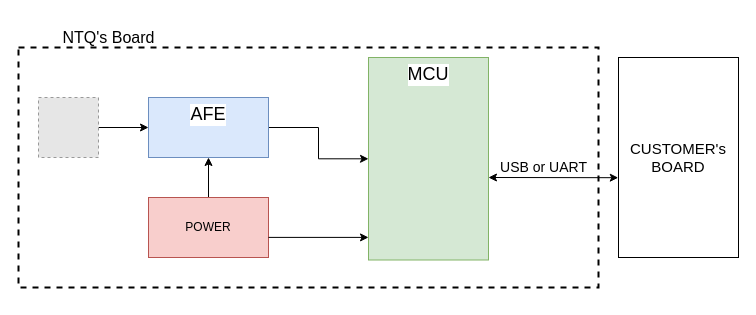
anhvanthe/01_my_drawio keeps this draw.io diagram as Speech2Text.drawio. Above is the earlier version. Source tidied: cells renumbered, new cells numbered last; positions are measured from the earlier drawing's top-left corner, leaving out a move shared by most shapes. Both pictures are drawn from the tidied source at 100%, with x=0, y=0 at pixel (18, 27). Pictures stored in the file or linked from it are replaced by grey dashed boxes.
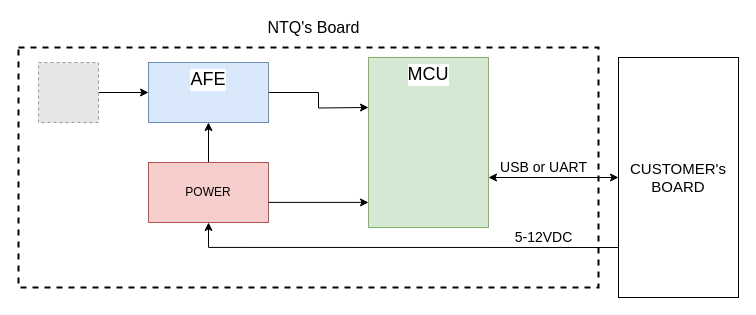
After the change.

Unchanged cells that the change refers to:
```xml
<mxCell id="2" style="rounded=0;whiteSpace=wrap;html=1;fillColor=none;strokeWidth=2;dashed=1;" parent="1" vertex="1">
  <mxGeometry y="20" width="580" height="240" as="geometry" />
</mxCell>
```

The edit, as a diff of the source:
```diff
@@
     <mxCell id="4" style="fillColor=#E6E6E6;strokeColor=#999999;dashed=1;html=1;verticalAlign=top;verticalLabelPosition=bottom;labelBackgroundColor=#ffffff;" parent="1" vertex="1">
-      <mxGeometry x="20" y="70" width="60" height="60" as="geometry" />
+      <mxGeometry x="20" y="35" width="60" height="60" as="geometry" />
     </mxCell>
-    <mxCell id="5" style="edgeStyle=orthogonalEdgeStyle;rounded=0;jettySize=auto;html=1;" parent="1" edge="1" source="6" target="7">
-      <mxGeometry relative="1" as="geometry" />
+    <mxCell id="5" style="edgeStyle=orthogonalEdgeStyle;rounded=0;jettySize=auto;html=1;" parent="1" edge="1" source="6">
+      <mxGeometry relative="1" as="geometry">
+        <mxPoint x="350" y="80" as="targetPoint" />
+      </mxGeometry>
     </mxCell>
     <mxCell id="6" value="&lt;font style=&quot;font-size: 18px&quot;&gt;AFE&lt;/font&gt;" style="whiteSpace=wrap;html=1;verticalAlign=top;labelBackgroundColor=#ffffff;align=center;fillColor=#dae8fc;strokeColor=#6c8ebf;" parent="1" vertex="1">
-      <mxGeometry x="130" y="70" width="120" height="60" as="geometry" />
+      <mxGeometry x="130" y="35" width="120" height="60" as="geometry" />
     </mxCell>
     <mxCell id="7" value="&lt;font style=&quot;font-size: 18px&quot;&gt;MCU&lt;/font&gt;" style="whiteSpace=wrap;html=1;verticalAlign=top;labelBackgroundColor=#ffffff;align=center;fillColor=#d5e8d4;strokeColor=#82b366;" parent="1" vertex="1">
-      <mxGeometry x="350" y="30" width="120" height="202.5" as="geometry" />
+      <mxGeometry x="350" y="30" width="120" height="170" as="geometry" />
     </mxCell>
@@
     <mxCell id="9" value="POWER" style="rounded=0;whiteSpace=wrap;html=1;fillColor=#f8cecc;strokeColor=#b85450;" parent="1" vertex="1">
-      <mxGeometry x="130" y="170" width="120" height="60" as="geometry" />
+      <mxGeometry x="130" y="135" width="120" height="60" as="geometry" />
     </mxCell>
     <mxCell id="10" style="edgeStyle=orthogonalEdgeStyle;rounded=0;orthogonalLoop=1;jettySize=auto;html=1;" parent="1" edge="1">
       <mxGeometry relative="1" as="geometry">
-        <mxPoint x="250" y="209.9" as="sourcePoint" />
-        <mxPoint x="350" y="209.9" as="targetPoint" />
+        <mxPoint x="250" y="174.9" as="sourcePoint" />
+        <mxPoint x="350" y="174.9" as="targetPoint" />
       </mxGeometry>
     </mxCell>
     <mxCell id="11" value="CUSTOMER's BOARD" style="rounded=0;whiteSpace=wrap;html=1;strokeWidth=1;fontSize=15;" parent="1" vertex="1">
-      <mxGeometry x="600" y="30" width="120" height="200" as="geometry" />
+      <mxGeometry x="600" y="30" width="120" height="240" as="geometry" />
     </mxCell>
-    <mxCell id="12" style="endArrow=classic;startArrow=classic;html=1;entryX=-0.002;entryY=0.601;entryDx=0;entryDy=0;entryPerimeter=0;" parent="1" edge="1" target="11">
+    <mxCell id="12" style="endArrow=classic;startArrow=classic;html=1;entryX=0;entryY=0.5;entryDx=0;entryDy=0;" parent="1" edge="1" target="11">
       <mxGeometry relative="1" as="geometry">
         <mxPoint x="470" y="150" as="sourcePoint" />
       </mxGeometry>
     </mxCell>
@@
     <mxCell id="14" value="NTQ's Board" style="text;html=1;align=center;verticalAlign=middle;strokeColor=none;fontSize=16;" parent="1" vertex="1">
-      <mxGeometry x="35" width="110" height="20" as="geometry" />
+      <mxGeometry x="240" y="-10" width="110" height="20" as="geometry" />
     </mxCell>
+    <mxCell id="15" style="endArrow=none;html=1;fontSize=16;exitX=0.328;exitY=0.833;exitDx=0;exitDy=0;exitPerimeter=0;" parent="1" edge="1" source="2">
+      <mxGeometry relative="1" as="geometry">
+        <mxPoint x="600" y="220" as="targetPoint" />
+      </mxGeometry>
+    </mxCell>
+    <mxCell id="16" style="endArrow=classic;html=1;fontSize=16;" parent="1" edge="1">
+      <mxGeometry relative="1" as="geometry">
+        <mxPoint x="190" y="220" as="sourcePoint" />
+        <mxPoint x="190" y="195" as="targetPoint" />
+      </mxGeometry>
+    </mxCell>
+    <mxCell id="17" value="5-12VDC" style="text;html=1;align=center;verticalAlign=middle;strokeColor=none;fontSize=14;" parent="1" vertex="1">
+      <mxGeometry x="490" y="200" width="70" height="20" as="geometry" />
+    </mxCell>
```
